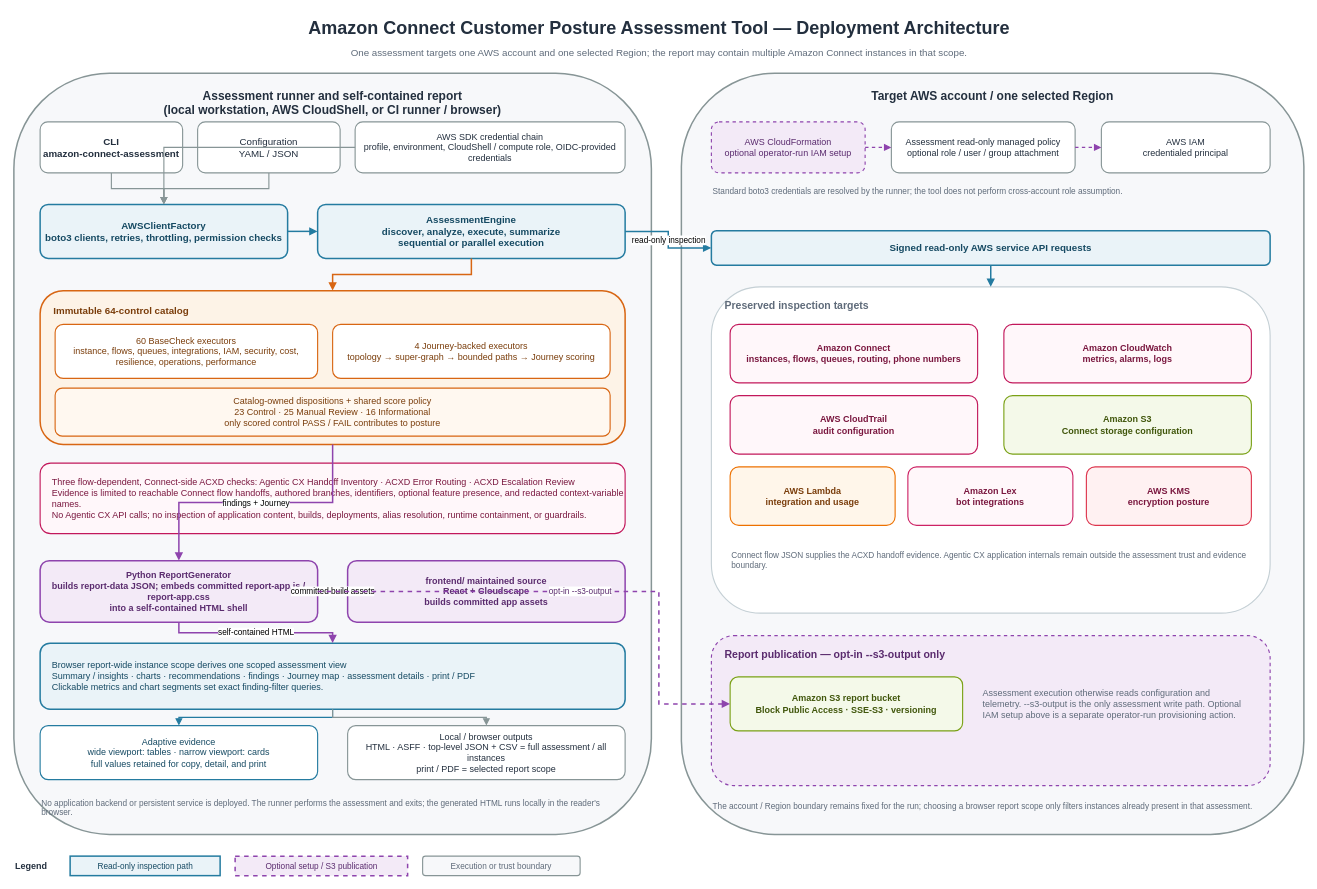
Above: docs/architecture.drawio in aws-samples/sample-amazon-connect-posture-assessment (draw.io), before the change. Source tidied: cells renumbered, new cells numbered last; positions are measured from the earlier drawing's top-left corner, leaving out a move shared by most shapes. Both pictures are drawn from the tidied source at 75%, with x=0, y=0 at pixel (14, 13).
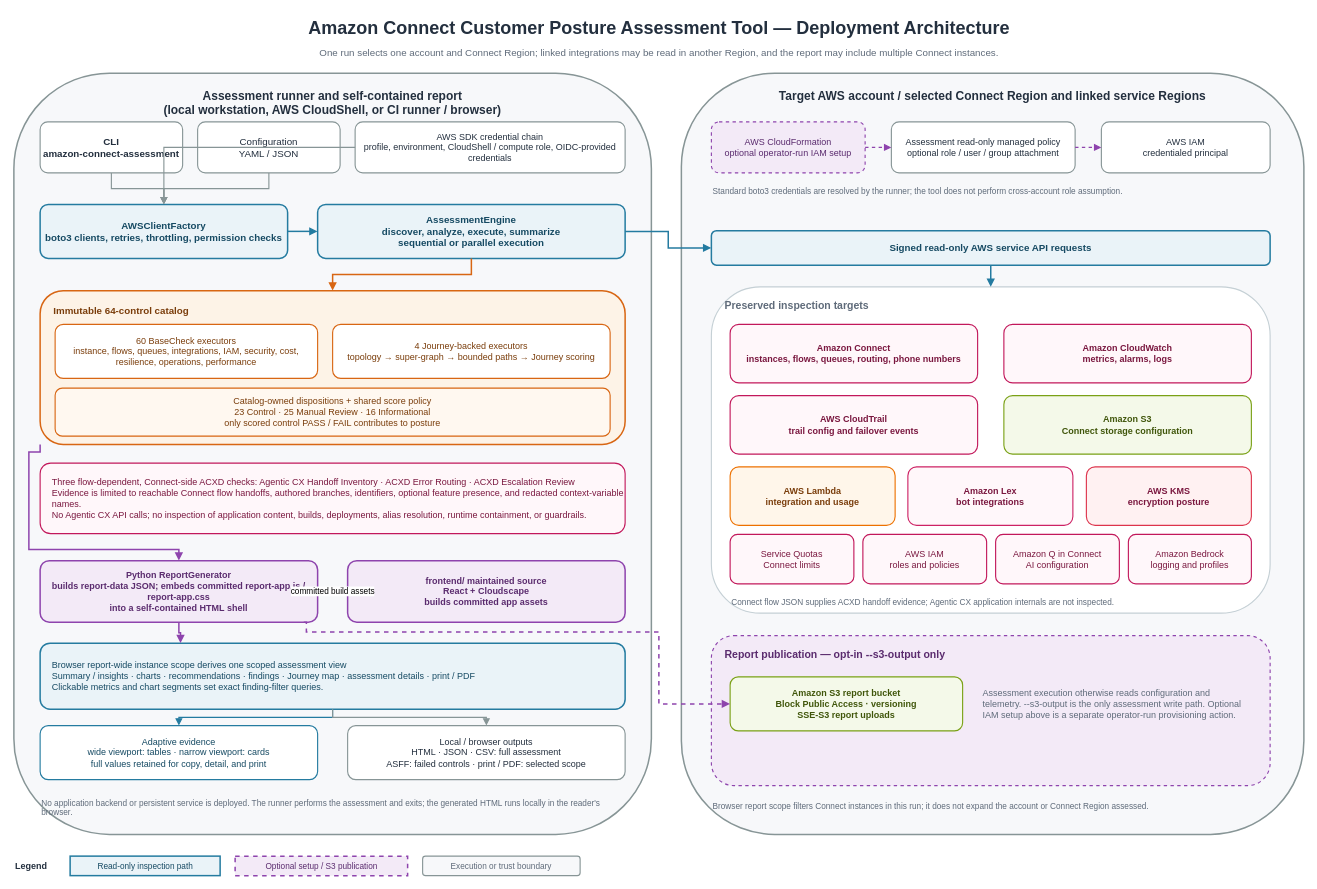
The same diagram, later.

The change refers to these unchanged cells:
```xml
<mxCell id="10" value="AssessmentEngine&lt;br&gt;discover, analyze, execute, summarize&lt;br&gt;sequential or parallel execution" style="rounded=1;whiteSpace=wrap;html=1;fillColor=#EAF3F8;strokeColor=#247BA0;strokeWidth=2;fontColor=#164A63;fontSize=13;fontStyle=1;align=center;verticalAlign=middle;" parent="1" vertex="1">
  <mxGeometry x="405" y="255" width="410" height="72" as="geometry" />
</mxCell>
<mxCell id="11" value="Immutable 64-control catalog" style="rounded=1;whiteSpace=wrap;html=1;fillColor=#FDF3E7;strokeColor=#D86613;strokeWidth=2;fontColor=#7A3D0B;fontSize=13;fontStyle=1;align=left;verticalAlign=top;spacingTop=12;spacingLeft=16;" parent="1" vertex="1">
  <mxGeometry x="35" y="370" width="780" height="205" as="geometry" />
</mxCell>
<mxCell id="16" value="Python ReportGenerator&lt;br&gt;builds report-data JSON; embeds committed report-app.js / report-app.css&lt;br&gt;into a self-contained HTML shell" style="rounded=1;whiteSpace=wrap;html=1;fillColor=#F3EAF7;strokeColor=#8E44AD;strokeWidth=2;fontColor=#5A2B6E;fontSize=12;fontStyle=1;align=center;verticalAlign=middle;" parent="1" vertex="1">
  <mxGeometry x="35" y="730" width="370" height="82" as="geometry" />
</mxCell>
<mxCell id="18" value="Browser report-wide instance scope derives one scoped assessment view&lt;br&gt;Summary / insights · charts · recommendations · findings · Journey map · assessment details · print / PDF&lt;br&gt;Clickable metrics and chart segments set exact finding-filter queries." style="rounded=1;whiteSpace=wrap;html=1;fillColor=#EAF3F8;strokeColor=#247BA0;strokeWidth=2;fontColor=#164A63;fontSize=12;align=left;verticalAlign=middle;spacingLeft=14;" parent="1" vertex="1">
  <mxGeometry x="35" y="840" width="780" height="88" as="geometry" />
</mxCell>
<mxCell id="26" value="Signed read-only AWS service API requests" style="rounded=1;whiteSpace=wrap;html=1;fillColor=#EAF3F8;strokeColor=#247BA0;strokeWidth=2;fontColor=#164A63;fontSize=13;fontStyle=1;align=center;verticalAlign=middle;" parent="1" vertex="1">
  <mxGeometry x="930" y="290" width="745" height="46" as="geometry" />
</mxCell>
```

Diff of the diagram source:
```diff
@@
-    <mxCell id="3" value="One assessment targets one AWS account and one selected Region; the report may contain multiple Amazon Connect instances in that scope." style="text;html=1;strokeColor=none;fillColor=none;align=center;verticalAlign=middle;fontSize=13;fontColor=#5F6B7A;" parent="1" vertex="1">
+    <mxCell id="3" value="One run selects one account and Connect Region; linked integrations may be read in another Region, and the report may include multiple Connect instances." style="text;html=1;strokeColor=none;fillColor=none;align=center;verticalAlign=middle;fontSize=13;fontColor=#5F6B7A;" parent="1" vertex="1">
       <mxGeometry y="38" width="1720" height="28" as="geometry" />
     </mxCell>
@@
-    <mxCell id="5" value="Target AWS account / one selected Region" style="rounded=1;whiteSpace=wrap;html=1;fillColor=#F7F8FA;strokeColor=#879596;strokeWidth=2;fontColor=#232F3E;fontSize=16;fontStyle=1;verticalAlign=top;spacingTop=14;" parent="1" vertex="1">
+    <mxCell id="5" value="Target AWS account / selected Connect Region and linked service Regions" style="rounded=1;whiteSpace=wrap;html=1;fillColor=#F7F8FA;strokeColor=#879596;strokeWidth=2;fontColor=#232F3E;fontSize=16;fontStyle=1;verticalAlign=top;spacingTop=14;" parent="1" vertex="1">
       <mxGeometry x="890" y="80" width="830" height="1015" as="geometry" />
     </mxCell>
@@
-    <mxCell id="20" value="Local / browser outputs&lt;br&gt;HTML · ASFF · top-level JSON + CSV = full assessment / all instances&lt;br&gt;print / PDF = selected report scope" style="rounded=1;whiteSpace=wrap;html=1;fillColor=#FFFFFF;strokeColor=#879596;strokeWidth=1.5;fontColor=#232F3E;fontSize=12;align=center;verticalAlign=middle;" parent="1" vertex="1">
+    <mxCell id="20" value="Local / browser outputs&lt;br&gt;HTML · JSON · CSV: full assessment&lt;br&gt;ASFF: failed controls · print / PDF: selected scope" style="rounded=1;whiteSpace=wrap;html=1;fillColor=#FFFFFF;strokeColor=#879596;strokeWidth=1.5;fontColor=#232F3E;fontSize=12;align=center;verticalAlign=middle;" parent="1" vertex="1">
       <mxGeometry x="445" y="950" width="370" height="72" as="geometry" />
     </mxCell>
@@
-    <mxCell id="30" value="AWS CloudTrail&lt;br&gt;audit configuration" style="rounded=1;whiteSpace=wrap;html=1;fillColor=#FFF7FA;strokeColor=#C2185B;strokeWidth=1.5;fontColor=#7A173F;fontSize=12;fontStyle=1;align=center;verticalAlign=middle;" parent="1" vertex="1">
+    <mxCell id="30" value="AWS CloudTrail&lt;br&gt;trail config and failover events" style="rounded=1;whiteSpace=wrap;html=1;fillColor=#FFF7FA;strokeColor=#C2185B;strokeWidth=1.5;fontColor=#7A173F;fontSize=12;fontStyle=1;align=center;verticalAlign=middle;" parent="1" vertex="1">
       <mxGeometry x="955" y="510" width="330" height="78" as="geometry" />
     </mxCell>
@@
+    <mxCell id="59" value="Service Quotas&lt;br&gt;Connect limits" style="rounded=1;whiteSpace=wrap;html=1;fillColor=#FFF7FA;strokeColor=#C2185B;strokeWidth=1.5;fontColor=#7A173F;fontSize=12;align=center;verticalAlign=middle;" parent="1" vertex="1">
+      <mxGeometry x="955" y="695" width="165" height="66" as="geometry" />
+    </mxCell>
+    <mxCell id="60" value="AWS IAM&lt;br&gt;roles and policies" style="rounded=1;whiteSpace=wrap;html=1;fillColor=#FFF7FA;strokeColor=#C2185B;strokeWidth=1.5;fontColor=#7A173F;fontSize=12;align=center;verticalAlign=middle;" parent="1" vertex="1">
+      <mxGeometry x="1132" y="695" width="165" height="66" as="geometry" />
+    </mxCell>
+    <mxCell id="61" value="Amazon Q in Connect&lt;br&gt;AI configuration" style="rounded=1;whiteSpace=wrap;html=1;fillColor=#FFF7FA;strokeColor=#C2185B;strokeWidth=1.5;fontColor=#7A173F;fontSize=12;align=center;verticalAlign=middle;" parent="1" vertex="1">
+      <mxGeometry x="1309" y="695" width="165" height="66" as="geometry" />
+    </mxCell>
+    <mxCell id="62" value="Amazon Bedrock&lt;br&gt;logging and profiles" style="rounded=1;whiteSpace=wrap;html=1;fillColor=#FFF7FA;strokeColor=#C2185B;strokeWidth=1.5;fontColor=#7A173F;fontSize=12;align=center;verticalAlign=middle;" parent="1" vertex="1">
+      <mxGeometry x="1486" y="695" width="164" height="66" as="geometry" />
+    </mxCell>
-    <mxCell id="35" value="Connect flow JSON supplies the ACXD handoff evidence. Agentic CX application internals remain outside the assessment trust and evidence boundary." style="text;html=1;strokeColor=none;fillColor=none;align=left;verticalAlign=top;fontSize=11;fontColor=#5F6B7A;whiteSpace=wrap;" parent="1" vertex="1">
-      <mxGeometry x="955" y="710" width="695" height="55" as="geometry" />
+    <mxCell id="35" value="Connect flow JSON supplies ACXD handoff evidence; Agentic CX application internals are not inspected." style="text;html=1;strokeColor=none;fillColor=none;align=left;verticalAlign=top;fontSize=11;fontColor=#5F6B7A;whiteSpace=wrap;" parent="1" vertex="1">
+      <mxGeometry x="955" y="772" width="695" height="25" as="geometry" />
     </mxCell>
@@
-    <mxCell id="37" value="Amazon S3 report bucket&lt;br&gt;Block Public Access · SSE-S3 · versioning" style="rounded=1;whiteSpace=wrap;html=1;fillColor=#F4F9E9;strokeColor=#7AA116;strokeWidth=1.5;fontColor=#40560B;fontSize=12;fontStyle=1;align=center;verticalAlign=middle;" parent="1" vertex="1">
+    <mxCell id="37" value="Amazon S3 report bucket&lt;br&gt;Block Public Access · versioning&lt;br&gt;SSE-S3 report uploads" style="rounded=1;whiteSpace=wrap;html=1;fillColor=#F4F9E9;strokeColor=#7AA116;strokeWidth=1.5;fontColor=#40560B;fontSize=12;fontStyle=1;align=center;verticalAlign=middle;" parent="1" vertex="1">
       <mxGeometry x="955" y="885" width="310" height="72" as="geometry" />
     </mxCell>
@@
-    <mxCell id="39" value="The account / Region boundary remains fixed for the run; choosing a browser report scope only filters instances already present in that assessment." style="text;html=1;strokeColor=none;fillColor=none;align=left;verticalAlign=top;fontSize=11;fontColor=#5F6B7A;whiteSpace=wrap;" parent="1" vertex="1">
+    <mxCell id="39" value="Browser report scope filters Connect instances in this run; it does not expand the account or Connect Region assessed." style="text;html=1;strokeColor=none;fillColor=none;align=left;verticalAlign=top;fontSize=11;fontColor=#5F6B7A;whiteSpace=wrap;" parent="1" vertex="1">
       <mxGeometry x="930" y="1045" width="745" height="45" as="geometry" />
     </mxCell>
@@
-    <mxCell id="45" value="findings + Journey" style="edgeStyle=orthogonalEdgeStyle;rounded=0;html=1;strokeColor=#8E44AD;strokeWidth=2;endArrow=block;endFill=1;" parent="1" edge="1" source="11" target="16">
-      <mxGeometry relative="1" as="geometry" />
+    <mxCell id="45" style="edgeStyle=orthogonalEdgeStyle;rounded=0;html=1;strokeColor=#8E44AD;strokeWidth=2;endArrow=block;endFill=1;exitX=0;exitY=1;entryX=0.5;entryY=0;" parent="1" edge="1" source="11" target="16">
+      <mxGeometry relative="1" as="geometry">
+        <Array as="points">
+          <mxPoint x="20" y="585" />
+          <mxPoint x="20" y="715" />
+          <mxPoint x="220" y="715" />
+        </Array>
+      </mxGeometry>
     </mxCell>
@@
-    <mxCell id="47" value="self-contained HTML" style="edgeStyle=orthogonalEdgeStyle;rounded=0;html=1;strokeColor=#8E44AD;strokeWidth=2;endArrow=block;endFill=1;" parent="1" edge="1" source="16" target="18">
+    <mxCell id="47" style="edgeStyle=orthogonalEdgeStyle;rounded=0;html=1;strokeColor=#8E44AD;strokeWidth=2;endArrow=block;endFill=1;exitX=0.5;exitY=1;entryX=0.24;entryY=0;" parent="1" edge="1" source="16" target="18">
       <mxGeometry relative="1" as="geometry" />
     </mxCell>
@@
-    <mxCell id="52" value="read-only inspection" style="edgeStyle=orthogonalEdgeStyle;rounded=0;html=1;strokeColor=#247BA0;strokeWidth=2;endArrow=block;endFill=1;" parent="1" edge="1" source="10" target="26">
+    <mxCell id="52" style="edgeStyle=orthogonalEdgeStyle;rounded=0;html=1;strokeColor=#247BA0;strokeWidth=2;endArrow=block;endFill=1;" parent="1" edge="1" source="10" target="26">
       <mxGeometry relative="1" as="geometry" />
     </mxCell>
@@
-    <mxCell id="54" value="opt-in --s3-output" style="edgeStyle=orthogonalEdgeStyle;rounded=0;html=1;dashed=1;strokeColor=#8E44AD;strokeWidth=2;endArrow=block;endFill=1;fontSize=11;fontColor=#5A2B6E;" parent="1" edge="1" source="16" target="37">
+    <mxCell id="54" style="edgeStyle=orthogonalEdgeStyle;rounded=0;html=1;dashed=1;strokeColor=#8E44AD;strokeWidth=2;endArrow=block;endFill=1;exitX=0.95;exitY=1;entryX=0;entryY=0.5;" parent="1" edge="1" source="16" target="37">
       <mxGeometry relative="1" as="geometry">
         <Array as="points">
+          <mxPoint x="390" y="825" />
+          <mxPoint x="860" y="825" />
           <mxPoint x="860" y="921" />
         </Array>
       </mxGeometry>
     </mxCell>
```
